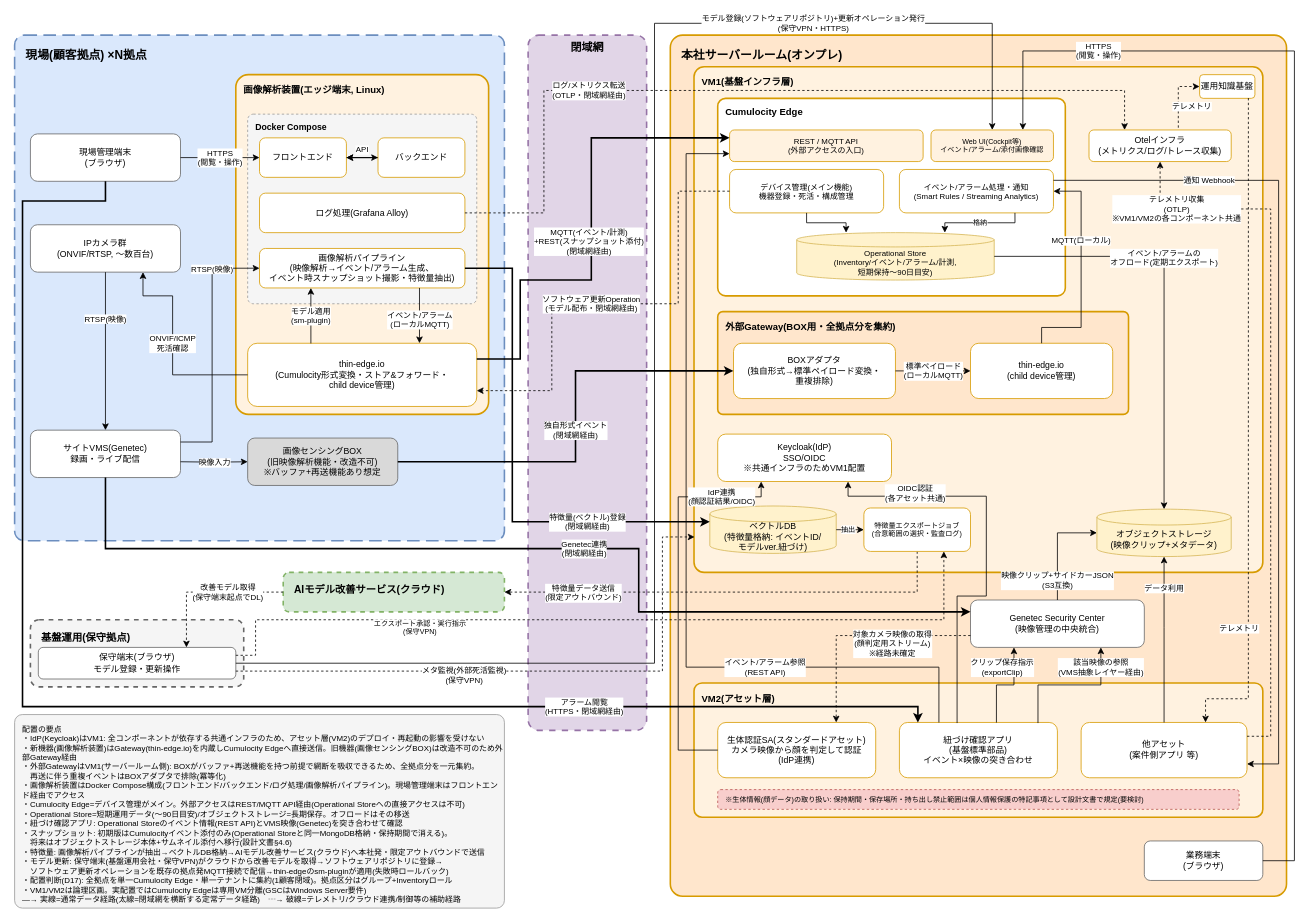
maki4580/senpf keeps this draw.io diagram as page "全体構成(配置構成・レビュー反映)" (2 of 3) of cumulocity-iot-architecture.drawio. Above is the earlier version. Source tidied: cells renumbered, new cells numbered last; positions are measured from the earlier drawing's top-left corner, leaving out a move shared by most shapes. Both pictures are drawn from the tidied source at 79%, with x=0, y=0 at pixel (14, 23).
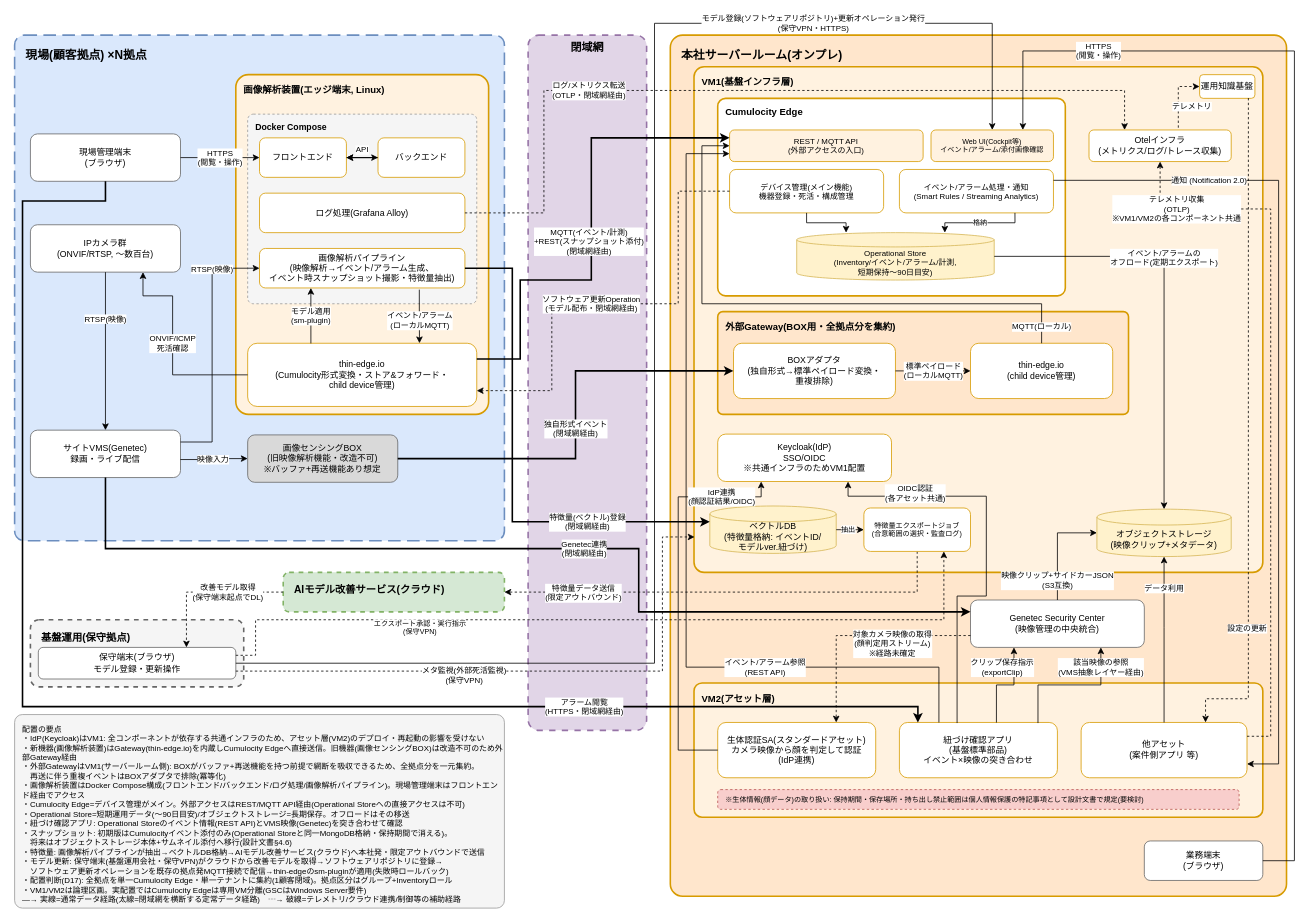
The same page after the edit.

Commit message (it also covers changes not shown here):
構成図との相違部分を修正

Unchanged cells that the change refers to:
```xml
<mxCell id="6" value="サイトVMS(Genetec)&#10;録画・ライブ配信" style="rounded=1;whiteSpace=wrap;html=1;fontSize=11;fillColor=#ffffff;strokeColor=#666666;" parent="1" vertex="1">
  <mxGeometry x="20" y="515" width="190" height="60" as="geometry" />
</mxCell>
<mxCell id="15" value="画像解析パイプライン&#10;(映像解析→イベント/アラーム生成、&#10;イベント時スナップショット撮影・特徴量抽出)" style="rounded=1;whiteSpace=wrap;html=1;fontSize=11;fillColor=#ffffff;strokeColor=#d79b00;" parent="1" vertex="1">
  <mxGeometry x="310" y="285" width="260" height="50" as="geometry" />
</mxCell>
<mxCell id="16" value="thin-edge.io&#10;(Cumulocity形式変換・ストア&amp;フォワード・&#10;child device管理)" style="rounded=1;whiteSpace=wrap;html=1;fontSize=11;fillColor=#ffffff;strokeColor=#d79b00;" parent="1" vertex="1">
  <mxGeometry x="295" y="405" width="290" height="80" as="geometry" />
</mxCell>
<mxCell id="19" value="REST / MQTT API&#10;(外部アクセスの入口)" style="rounded=1;whiteSpace=wrap;html=1;fontSize=10;fillColor=#fff2e0;strokeColor=#d79b00;" parent="1" vertex="1">
  <mxGeometry x="905" y="135" width="245" height="40" as="geometry" />
</mxCell>
<mxCell id="22" value="イベント/アラーム処理・通知&#10;(Smart Rules / Streaming Analytics)" style="rounded=1;whiteSpace=wrap;html=1;fontSize=10;fillColor=#ffffff;strokeColor=#d79b00;" parent="1" vertex="1">
  <mxGeometry x="1120" y="185" width="195" height="55" as="geometry" />
</mxCell>
<mxCell id="39" value="他アセット&#10;(案件側アプリ 等)" style="rounded=1;whiteSpace=wrap;html=1;fontSize=11;fillColor=#ffffff;strokeColor=#d79b00;" parent="1" vertex="1">
  <mxGeometry x="1350" y="885" width="210" height="70" as="geometry" />
</mxCell>
<mxCell id="42" value="BOXアダプタ&#10;(独自形式→標準ペイロード変換・&#10;重複排除)" style="rounded=1;whiteSpace=wrap;html=1;fontSize=11;fillColor=#ffffff;strokeColor=#d79b00;" parent="1" vertex="1">
  <mxGeometry x="910" y="405" width="205" height="70" as="geometry" />
</mxCell>
<mxCell id="43" value="thin-edge.io&#10;(child device管理)" style="rounded=1;whiteSpace=wrap;html=1;fontSize=11;fillColor=#ffffff;strokeColor=#d79b00;" parent="1" vertex="1">
  <mxGeometry x="1210" y="405" width="180" height="70" as="geometry" />
</mxCell>
<mxCell id="79" value="運用知識基盤" style="rounded=1;whiteSpace=wrap;html=1;fontSize=11;fillColor=#ffffff;strokeColor=#d79b00;" parent="1" vertex="1">
  <mxGeometry x="1500" y="65" width="70" height="30" as="geometry" />
</mxCell>
```

The edit, as a diff of the source:
```diff
@@
     <mxCell id="7" value="画像センシングBOX&lt;br&gt;(旧映像解析機能・改造不可)&lt;br&gt;※バッファ+再送機能あり想定" style="rounded=1;whiteSpace=wrap;html=1;fontSize=11;fillColor=#d9d9d9;strokeColor=#666666;" parent="1" vertex="1">
-      <mxGeometry x="295" y="525" width="190" height="60" as="geometry" />
+      <mxGeometry x="295" y="521" width="190" height="60" as="geometry" />
     </mxCell>
@@
-    <mxCell id="47" value="映像入力" style="edgeStyle=orthogonalEdgeStyle;rounded=0;html=1;fontSize=10;entryX=0;entryY=0.5;entryDx=0;entryDy=0;" parent="1" edge="1" target="7">
-      <mxGeometry relative="1" as="geometry">
-        <mxPoint x="210" y="555" as="sourcePoint" />
-      </mxGeometry>
+    <mxCell id="47" value="映像入力" style="edgeStyle=orthogonalEdgeStyle;rounded=0;html=1;fontSize=10;entryX=0;entryY=0.5;entryDx=0;entryDy=0;exitX=0.999;exitY=0.62;exitDx=0;exitDy=0;exitPerimeter=0;" parent="1" edge="1" source="6" target="7">
+      <mxGeometry x="-0.06" relative="1" as="geometry" />
     </mxCell>
-    <mxCell id="48" value="イベント/アラーム&#10;(ローカルMQTT)" style="edgeStyle=orthogonalEdgeStyle;rounded=0;html=1;fontSize=10;entryX=0.75;entryY=0;entryDx=0;entryDy=0;" parent="1" edge="1" target="16">
-      <mxGeometry x="0.14" relative="1" as="geometry">
-        <mxPoint x="512.5" y="335" as="sourcePoint" />
-        <Array as="points">
-          <mxPoint x="512.5" y="335" />
-        </Array>
-      </mxGeometry>
+    <mxCell id="48" value="イベント/アラーム&#10;(ローカルMQTT)" style="edgeStyle=orthogonalEdgeStyle;rounded=0;html=1;fontSize=10;entryX=0.75;entryY=0;entryDx=0;entryDy=0;exitX=0.778;exitY=1.043;exitDx=0;exitDy=0;exitPerimeter=0;" parent="1" edge="1" source="15" target="16">
+      <mxGeometry x="0.14" relative="1" as="geometry" />
     </mxCell>
@@
     <mxCell id="56" value="独自形式イベント&lt;div&gt;(閉域網経由)&lt;br&gt;&lt;/div&gt;" style="edgeStyle=orthogonalEdgeStyle;rounded=0;html=1;fontSize=10;exitX=1;exitY=0.5;exitDx=0;exitDy=0;entryX=0;entryY=0.5;entryDx=0;entryDy=0;strokeWidth=2;" parent="1" edge="1" source="7" target="42">
       <mxGeometry x="-0.02" relative="1" as="geometry">
         <Array as="points">
-          <mxPoint x="710" y="555" />
+          <mxPoint x="710" y="551" />
           <mxPoint x="710" y="440" />
         </Array>
       </mxGeometry>
     </mxCell>
@@
-    <mxCell id="66" value="MQTT(ローカル)" style="edgeStyle=orthogonalEdgeStyle;rounded=0;html=1;fontSize=10;exitX=0.5;exitY=0;exitDx=0;exitDy=0;entryX=1;entryY=0.5;entryDx=0;entryDy=0;" parent="1" edge="1" source="43" target="22">
-      <mxGeometry x="0.3" relative="1" as="geometry">
+    <mxCell id="66" value="MQTT(ローカル)" style="edgeStyle=orthogonalEdgeStyle;rounded=0;html=1;fontSize=10;exitX=0.5;exitY=0;exitDx=0;exitDy=0;entryX=0;entryY=0.5;entryDx=0;entryDy=0;" parent="1" edge="1" source="43" target="19">
+      <mxGeometry x="-0.94" relative="1" as="geometry">
         <Array as="points">
-          <mxPoint x="1300" y="385" />
-          <mxPoint x="1350" y="385" />
-          <mxPoint x="1350" y="212.5" />
+          <mxPoint x="1300" y="355" />
+          <mxPoint x="870" y="355" />
+          <mxPoint x="870" y="155" />
         </Array>
       </mxGeometry>
     </mxCell>
@@
-    <mxCell id="73" value="通知 Webhook" style="edgeStyle=orthogonalEdgeStyle;rounded=0;html=1;fontSize=10;exitX=1;exitY=0.25;exitDx=0;exitDy=0;entryX=1;entryY=0.75;entryDx=0;entryDy=0;" parent="1" edge="1" source="22" target="39">
+    <mxCell id="73" value="通知 (Notification 2.0)" style="edgeStyle=orthogonalEdgeStyle;rounded=0;html=1;fontSize=10;exitX=1;exitY=0.25;exitDx=0;exitDy=0;entryX=1;entryY=0.75;entryDx=0;entryDy=0;" parent="1" edge="1" source="22" target="39">
       <mxGeometry x="-0.63" relative="1" as="geometry">
         <Array as="points">
           <mxPoint x="1600" y="198.8" />
           <mxPoint x="1600" y="937.5" />
         </Array>
       </mxGeometry>
     </mxCell>
@@
-    <mxCell id="81" value="テレメトリ" style="edgeStyle=orthogonalEdgeStyle;rounded=0;html=1;fontSize=10;dashed=1;exitX=0.882;exitY=0.986;exitDx=0;exitDy=0;entryX=0.75;entryY=0;entryDx=0;entryDy=0;exitPerimeter=0;" parent="1" edge="1" source="79" target="39">
-      <mxGeometry x="0.59" y="-12" relative="1" as="geometry">
+    <mxCell id="81" value="設定の更新" style="edgeStyle=orthogonalEdgeStyle;rounded=0;html=1;fontSize=10;dashed=1;exitX=0.882;exitY=0.986;exitDx=0;exitDy=0;entryX=0.75;entryY=0;entryDx=0;entryDy=0;exitPerimeter=0;" parent="1" edge="1" source="79" target="39">
+      <mxGeometry x="0.59" y="-2" relative="1" as="geometry">
         <Array as="points">
           <mxPoint x="1561.7" y="855" />
           <mxPoint x="1507.5" y="855" />
         </Array>
       </mxGeometry>
     </mxCell>
```
